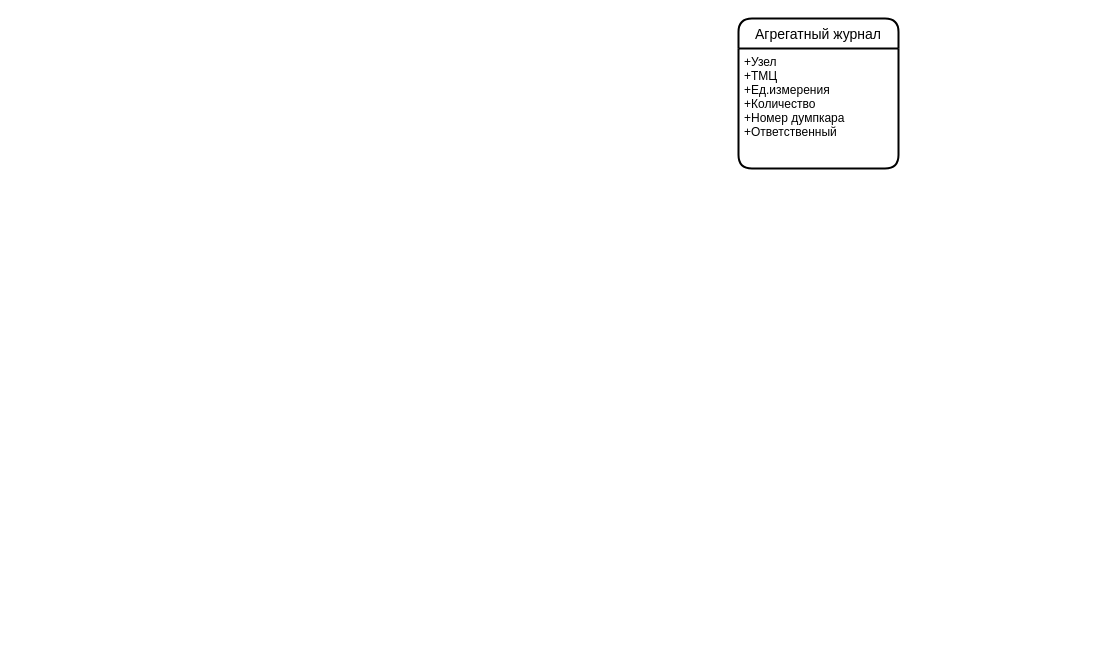
tvolodi/abitech keeps this draw.io diagram as Сущности. АГМК.drawio. Above is the earlier version. Source tidied: cells renumbered, new cells numbered last; positions are measured from the earlier drawing's top-left corner, leaving out a move shared by most shapes. Both pictures are drawn from the tidied source at 100%, with x=0, y=0 at pixel (738, 18).
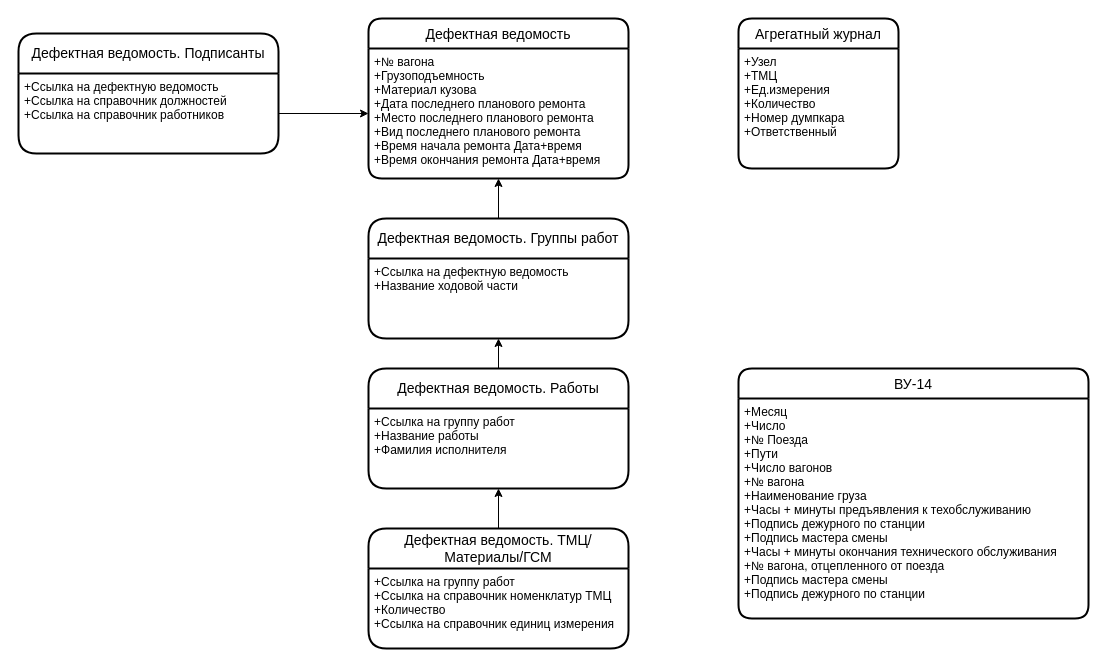
Above is the later version.

What changed in the source:
```diff
@@
 <mxGraphModel>
   <root>
     <mxCell id="0" />
     <mxCell id="1" parent="0" />
     <mxCell id="2" value="Агрегатный журнал" style="swimlane;horizontal=1;startSize=30;rounded=1;fontSize=14;fontStyle=0;strokeWidth=2;shadow=0;dashed=0;align=center;" parent="1" vertex="1">
       <mxGeometry width="160" height="150" as="geometry" />
     </mxCell>
     <mxCell id="3" value="+Узел&#10;+ТМЦ&#10;+Ед.измерения&#10;+Количество&#10;+Номер думпкара&#10;+Ответственный&#10;" style="align=left;strokeColor=none;fillColor=none;spacingLeft=4;fontSize=12;verticalAlign=top;" parent="2" vertex="1">
       <mxGeometry y="30" width="160" height="120" as="geometry" />
     </mxCell>
+    <mxCell id="4" value="ВУ-14" style="swimlane;horizontal=1;startSize=30;rounded=1;fontSize=14;fontStyle=0;strokeWidth=2;shadow=0;dashed=0;align=center;" parent="1" vertex="1">
+      <mxGeometry y="350" width="350" height="250" as="geometry" />
+    </mxCell>
+    <mxCell id="5" value="+Месяц&#10;+Число&#10;+№ Поезда&#10;+Пути&#10;+Число вагонов&#10;+№ вагона&#10;+Наименование груза&#10;+Часы + минуты предъявления к техобслуживанию&#10;+Подпись дежурного по станции&#10;+Подпись мастера смены&#10;+Часы + минуты окончания технического обслуживания&#10;+№ вагона, отцепленного от поезда&#10;+Подпись мастера смены&#10;+Подпись дежурного по станции&#10;" style="align=left;strokeColor=none;fillColor=none;spacingLeft=4;fontSize=12;verticalAlign=top;" parent="4" vertex="1">
+      <mxGeometry y="30" width="350" height="220" as="geometry" />
+    </mxCell>
+    <mxCell id="6" value="Дефектная ведомость" style="swimlane;horizontal=1;startSize=30;rounded=1;fontSize=14;fontStyle=0;strokeWidth=2;shadow=0;dashed=0;align=center;" parent="1" vertex="1">
+      <mxGeometry x="-370" width="260" height="160" as="geometry" />
+    </mxCell>
+    <mxCell id="7" value="+№ вагона&#10;+Грузоподъемность&#10;+Материал кузова&#10;+Дата последнего планового ремонта&#10;+Место последнего планового ремонта&#10;+Вид последнего планового ремонта&#10;+Время начала ремонта Дата+время&#10;+Время окончания ремонта Дата+время&#10;" style="align=left;strokeColor=none;fillColor=none;spacingLeft=4;fontSize=12;verticalAlign=top;" parent="6" vertex="1">
+      <mxGeometry y="30" width="260" height="130" as="geometry" />
+    </mxCell>
+    <mxCell id="8" style="edgeStyle=orthogonalEdgeStyle;rounded=0;jettySize=auto;html=1;entryX=0.5;entryY=1;entryDx=0;entryDy=0;" parent="1" edge="1" source="9" target="7">
+      <mxGeometry relative="1" as="geometry" />
+    </mxCell>
+    <mxCell id="9" value="Дефектная ведомость. Группы работ" style="swimlane;horizontal=1;startSize=40;rounded=1;fontSize=14;fontStyle=0;strokeWidth=2;shadow=0;dashed=0;align=center;whiteSpace=wrap;" parent="1" vertex="1">
+      <mxGeometry x="-370" y="200" width="260" height="120" as="geometry" />
+    </mxCell>
+    <mxCell id="10" value="+Ссылка на дефектную ведомость&#10;+Название ходовой части" style="align=left;strokeColor=none;fillColor=none;spacingLeft=4;fontSize=12;verticalAlign=top;" parent="9" vertex="1">
+      <mxGeometry y="40" width="260" height="80" as="geometry" />
+    </mxCell>
+    <mxCell id="11" style="edgeStyle=orthogonalEdgeStyle;rounded=0;jettySize=auto;html=1;entryX=0.5;entryY=1;entryDx=0;entryDy=0;" parent="1" edge="1" source="12" target="10">
+      <mxGeometry relative="1" as="geometry" />
+    </mxCell>
+    <mxCell id="12" value="Дефектная ведомость. Работы" style="swimlane;horizontal=1;startSize=40;rounded=1;fontSize=14;fontStyle=0;strokeWidth=2;shadow=0;dashed=0;align=center;whiteSpace=wrap;" parent="1" vertex="1">
+      <mxGeometry x="-370" y="350" width="260" height="120" as="geometry" />
+    </mxCell>
+    <mxCell id="13" value="+Ссылка на группу работ&#10;+Название работы&#10;+Фамилия исполнителя&#10;" style="align=left;strokeColor=none;fillColor=none;spacingLeft=4;fontSize=12;verticalAlign=top;" parent="12" vertex="1">
+      <mxGeometry y="40" width="260" height="80" as="geometry" />
+    </mxCell>
+    <mxCell id="14" style="edgeStyle=orthogonalEdgeStyle;rounded=0;jettySize=auto;html=1;entryX=0.5;entryY=1;entryDx=0;entryDy=0;" parent="1" edge="1" source="15" target="13">
+      <mxGeometry relative="1" as="geometry" />
+    </mxCell>
+    <mxCell id="15" value="Дефектная ведомость. ТМЦ/Материалы/ГСМ" style="swimlane;horizontal=1;startSize=40;rounded=1;fontSize=14;fontStyle=0;strokeWidth=2;shadow=0;dashed=0;align=center;whiteSpace=wrap;" parent="1" vertex="1">
+      <mxGeometry x="-370" y="510" width="260" height="120" as="geometry" />
+    </mxCell>
+    <mxCell id="16" value="+Ссылка на группу работ&#10;+Ссылка на справочник номенклатур ТМЦ&#10;+Количество&#10;+Ссылка на справочник единиц измерения&#10;" style="align=left;strokeColor=none;fillColor=none;spacingLeft=4;fontSize=12;verticalAlign=top;" parent="15" vertex="1">
+      <mxGeometry y="40" width="260" height="80" as="geometry" />
+    </mxCell>
+    <mxCell id="17" value="Дефектная ведомость. Подписанты" style="swimlane;horizontal=1;startSize=40;rounded=1;fontSize=14;fontStyle=0;strokeWidth=2;shadow=0;dashed=0;align=center;whiteSpace=wrap;" parent="1" vertex="1">
+      <mxGeometry x="-720" y="15" width="260" height="120" as="geometry" />
+    </mxCell>
+    <mxCell id="18" value="+Ссылка на дефектную ведомость&#10;+Ссылка на справочник должностей&#10;+Ссылка на справочник работников&#10;" style="align=left;strokeColor=none;fillColor=none;spacingLeft=4;fontSize=12;verticalAlign=top;" parent="17" vertex="1">
+      <mxGeometry y="40" width="260" height="80" as="geometry" />
+    </mxCell>
+    <mxCell id="19" style="edgeStyle=orthogonalEdgeStyle;rounded=0;jettySize=auto;html=1;exitX=1;exitY=0.5;exitDx=0;exitDy=0;" parent="1" edge="1" source="18" target="7">
+      <mxGeometry relative="1" as="geometry" />
+    </mxCell>
   </root>
 </mxGraphModel>
```
